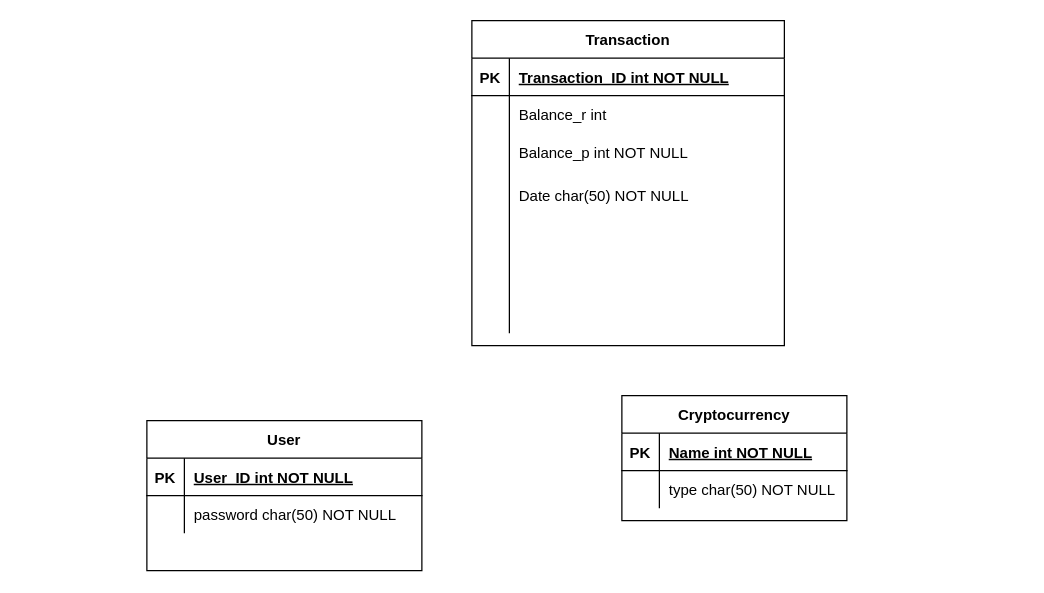
hyoer0423/learnGit keeps this draw.io diagram as Untitled UML.drawio. Above is the earlier version. Source tidied: cells renumbered, new cells numbered last; positions are measured from the earlier drawing's top-left corner, leaving out a move shared by most shapes. Both pictures are drawn from the tidied source at 125%, with x=0, y=0 at pixel (146, 20).
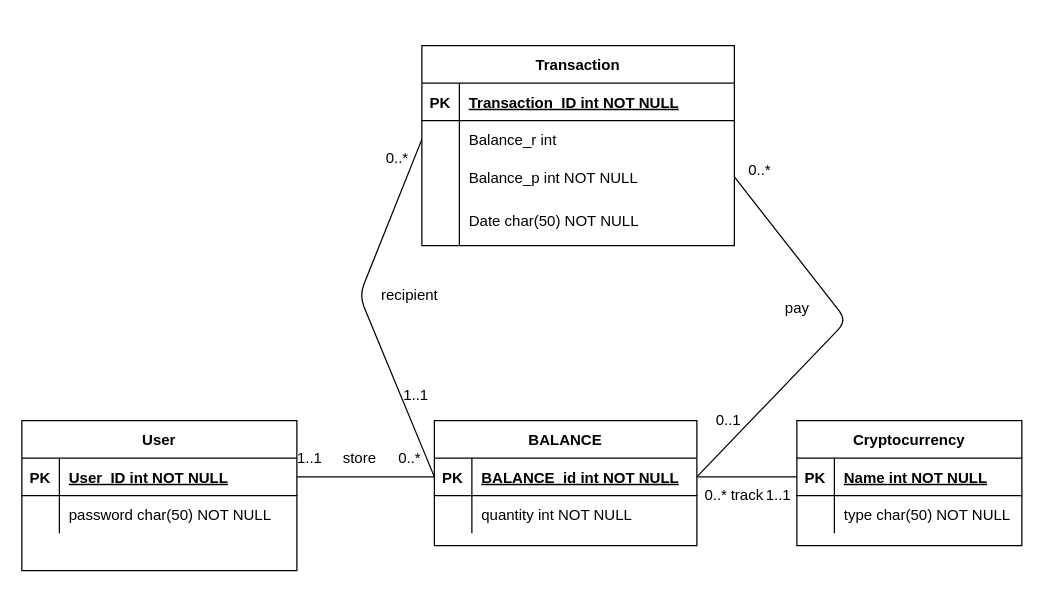
Above is the later version.

Unchanged cells that the change refers to:
```xml
<mxCell id="3" style="shape=partialRectangle;fillColor=none;points=[[0,0.5],[1,0.5]];portConstraint=eastwest;top=0;left=0;right=0;bottom=1;" parent="2" vertex="1">
  <mxGeometry y="30" width="220" height="30" as="geometry" />
</mxCell>
<mxCell id="10" style="shape=partialRectangle;fillColor=none;points=[[0,0.5],[1,0.5]];portConstraint=eastwest;top=0;left=0;right=0;bottom=1;" parent="9" vertex="1">
  <mxGeometry y="30" width="180" height="30" as="geometry" />
</mxCell>
<mxCell id="20" style="shape=partialRectangle;fillColor=none;points=[[0,0.5],[1,0.5]];portConstraint=eastwest;top=0;left=0;right=0;bottom=0;" parent="16" vertex="1">
  <mxGeometry y="60" width="250" height="30" as="geometry" />
</mxCell>
<mxCell id="23" style="shape=partialRectangle;fillColor=none;points=[[0,0.5],[1,0.5]];portConstraint=eastwest;top=0;left=0;right=0;bottom=0;" parent="16" vertex="1">
  <mxGeometry y="90" width="250" height="30" as="geometry" />
</mxCell>
```

What changed in the source:
```diff
@@
     <mxCell id="2" value="User" style="shape=table;startSize=30;childLayout=tableLayout;rowLines=0;fontStyle=1;align=center;" parent="1" vertex="1">
-      <mxGeometry y="320" width="220" height="120" as="geometry" />
+      <mxGeometry x="-100" y="320" width="220" height="120" as="geometry" />
     </mxCell>
@@
     <mxCell id="9" value="Cryptocurrency" style="shape=table;startSize=30;childLayout=tableLayout;rowLines=0;fontStyle=1;align=center;" parent="1" vertex="1">
-      <mxGeometry x="380" y="300" width="180" height="100" as="geometry" />
+      <mxGeometry x="520" y="320" width="180" height="100" as="geometry" />
     </mxCell>
@@
     <mxCell id="16" value="Transaction" style="shape=table;startSize=30;childLayout=tableLayout;rowLines=0;fontStyle=1;align=center;" parent="1" vertex="1">
-      <mxGeometry x="260" width="250" height="260" as="geometry" />
+      <mxGeometry x="220" y="20" width="250" height="160" as="geometry" />
     </mxCell>
@@
-    <mxCell id="29" style="shape=partialRectangle;fillColor=none;top=0;left=0;right=0;bottom=0;" parent="16" vertex="1">
-      <mxGeometry y="160" width="250" height="30" as="geometry" />
-    </mxCell>
-    <mxCell id="30" style="shape=partialRectangle;overflow=hidden;fillColor=none;top=0;left=0;bottom=0;right=0;" parent="29" vertex="1">
-      <mxGeometry width="30" height="30" as="geometry" />
-    </mxCell>
-    <mxCell id="31" style="shape=partialRectangle;overflow=hidden;fillColor=none;top=0;left=0;bottom=0;right=0;align=left;spacingLeft=6;" parent="29" vertex="1">
-      <mxGeometry x="30" width="220" height="30" as="geometry" />
-    </mxCell>
-    <mxCell id="32" style="shape=partialRectangle;fillColor=none;top=0;left=0;right=0;bottom=0;" parent="16" vertex="1">
-      <mxGeometry y="190" width="250" height="30" as="geometry" />
-    </mxCell>
-    <mxCell id="33" style="shape=partialRectangle;overflow=hidden;fillColor=none;top=0;left=0;bottom=0;right=0;" parent="32" vertex="1">
-      <mxGeometry width="30" height="30" as="geometry" />
-    </mxCell>
-    <mxCell id="34" style="shape=partialRectangle;overflow=hidden;fillColor=none;top=0;left=0;bottom=0;right=0;align=left;spacingLeft=6;" parent="32" vertex="1">
-      <mxGeometry x="30" width="220" height="30" as="geometry" />
-    </mxCell>
-    <mxCell id="35" style="shape=partialRectangle;fillColor=none;top=0;left=0;right=0;bottom=0;" parent="16" vertex="1">
-      <mxGeometry y="220" width="250" height="30" as="geometry" />
-    </mxCell>
-    <mxCell id="36" style="shape=partialRectangle;overflow=hidden;fillColor=none;top=0;left=0;bottom=0;right=0;" parent="35" vertex="1">
-      <mxGeometry width="30" height="30" as="geometry" />
-    </mxCell>
-    <mxCell id="37" style="shape=partialRectangle;overflow=hidden;fillColor=none;top=0;left=0;bottom=0;right=0;align=left;spacingLeft=6;" parent="35" vertex="1">
-      <mxGeometry x="30" width="220" height="30" as="geometry" />
-    </mxCell>
+    <mxCell id="38" value="BALANCE" style="shape=table;startSize=30;childLayout=tableLayout;rowLines=0;fontStyle=1;align=center;" parent="1" vertex="1">
+      <mxGeometry x="230" y="320" width="210" height="100" as="geometry" />
+    </mxCell>
+    <mxCell id="39" style="shape=partialRectangle;fillColor=none;points=[[0,0.5],[1,0.5]];portConstraint=eastwest;top=0;left=0;right=0;bottom=1;" parent="38" vertex="1">
+      <mxGeometry y="30" width="210" height="30" as="geometry" />
+    </mxCell>
+    <mxCell id="40" value="PK" style="shape=partialRectangle;overflow=hidden;fillColor=none;top=0;left=0;bottom=0;right=0;fontStyle=1;" parent="39" vertex="1">
+      <mxGeometry width="30" height="30" as="geometry" />
+    </mxCell>
+    <mxCell id="41" value="BALANCE_id int NOT NULL " style="shape=partialRectangle;overflow=hidden;fillColor=none;top=0;left=0;bottom=0;right=0;align=left;spacingLeft=6;fontStyle=5;" parent="39" vertex="1">
+      <mxGeometry x="30" width="180" height="30" as="geometry" />
+    </mxCell>
+    <mxCell id="42" style="shape=partialRectangle;fillColor=none;top=0;left=0;right=0;bottom=0;" parent="38" vertex="1">
+      <mxGeometry y="60" width="210" height="30" as="geometry" />
+    </mxCell>
+    <mxCell id="43" style="shape=partialRectangle;overflow=hidden;fillColor=none;top=0;left=0;bottom=0;right=0;" parent="42" vertex="1">
+      <mxGeometry width="30" height="30" as="geometry" />
+    </mxCell>
+    <mxCell id="44" value="quantity int NOT NULL" style="shape=partialRectangle;overflow=hidden;fillColor=none;top=0;left=0;bottom=0;right=0;align=left;spacingLeft=6;" parent="42" vertex="1">
+      <mxGeometry x="30" width="180" height="30" as="geometry" />
+    </mxCell>
+    <mxCell id="45" style="endArrow=none;html=1;exitX=1;exitY=0.5;exitDx=0;exitDy=0;entryX=0;entryY=0.5;entryDx=0;entryDy=0;" parent="1" edge="1" source="3" target="39">
+      <mxGeometry relative="1" as="geometry" />
+    </mxCell>
+    <mxCell id="46" style="endArrow=none;html=1;exitX=1;exitY=0.5;exitDx=0;exitDy=0;entryX=0;entryY=0.5;entryDx=0;entryDy=0;" parent="1" edge="1" source="39" target="10">
+      <mxGeometry relative="1" as="geometry" />
+    </mxCell>
+    <mxCell id="47" value="1..1" style="text;html=1;align=center;verticalAlign=middle;strokeColor=none;fillColor=none;" parent="1" vertex="1">
+      <mxGeometry x="110" y="340" width="40" height="20" as="geometry" />
+    </mxCell>
+    <mxCell id="48" value="1..1" style="text;html=1;align=center;verticalAlign=middle;strokeColor=none;fillColor=none;" parent="1" vertex="1">
+      <mxGeometry x="485" y="370" width="40" height="20" as="geometry" />
+    </mxCell>
+    <mxCell id="49" value="track" style="text;html=1;align=center;verticalAlign=middle;strokeColor=none;fillColor=none;" parent="1" vertex="1">
+      <mxGeometry x="460" y="370" width="40" height="20" as="geometry" />
+    </mxCell>
+    <mxCell id="50" value="store" style="text;html=1;align=center;verticalAlign=middle;strokeColor=none;fillColor=none;" parent="1" vertex="1">
+      <mxGeometry x="150" y="340" width="40" height="20" as="geometry" />
+    </mxCell>
+    <mxCell id="51" style="endArrow=none;html=1;exitX=0;exitY=0.5;exitDx=0;exitDy=0;entryX=0;entryY=0.5;entryDx=0;entryDy=0;" parent="1" edge="1" source="39" target="20">
+      <mxGeometry relative="1" as="geometry">
+        <Array as="points">
+          <mxPoint x="170" y="220" />
+        </Array>
+      </mxGeometry>
+    </mxCell>
+    <mxCell id="52" style="endArrow=none;html=1;exitX=1;exitY=0.5;exitDx=0;exitDy=0;entryX=1;entryY=0.5;entryDx=0;entryDy=0;" parent="1" edge="1" source="39" target="23">
+      <mxGeometry relative="1" as="geometry">
+        <Array as="points">
+          <mxPoint x="560" y="240" />
+        </Array>
+      </mxGeometry>
+    </mxCell>
+    <mxCell id="53" value="0..1" style="text;html=1;align=center;verticalAlign=middle;strokeColor=none;fillColor=none;" parent="1" vertex="1">
+      <mxGeometry x="445" y="310" width="40" height="20" as="geometry" />
+    </mxCell>
+    <mxCell id="54" value="1..1" style="text;html=1;align=center;verticalAlign=middle;strokeColor=none;fillColor=none;" parent="1" vertex="1">
+      <mxGeometry x="195" y="290" width="40" height="20" as="geometry" />
+    </mxCell>
+    <mxCell id="55" value="0..*" style="text;html=1;align=center;verticalAlign=middle;strokeColor=none;fillColor=none;" parent="1" vertex="1">
+      <mxGeometry x="195" y="340" width="30" height="20" as="geometry" />
+    </mxCell>
+    <mxCell id="56" value="0..*" style="text;html=1;align=center;verticalAlign=middle;strokeColor=none;fillColor=none;" parent="1" vertex="1">
+      <mxGeometry x="440" y="370" width="30" height="20" as="geometry" />
+    </mxCell>
+    <mxCell id="57" value="0..*" style="text;html=1;align=center;verticalAlign=middle;strokeColor=none;fillColor=none;" parent="1" vertex="1">
+      <mxGeometry x="185" y="100" width="30" height="20" as="geometry" />
+    </mxCell>
+    <mxCell id="58" value="0..*" style="text;html=1;align=center;verticalAlign=middle;strokeColor=none;fillColor=none;" parent="1" vertex="1">
+      <mxGeometry x="475" y="110" width="30" height="20" as="geometry" />
+    </mxCell>
+    <mxCell id="59" value="pay" style="text;html=1;align=center;verticalAlign=middle;strokeColor=none;fillColor=none;" parent="1" vertex="1">
+      <mxGeometry x="505" y="220" width="30" height="20" as="geometry" />
+    </mxCell>
+    <mxCell id="60" value="recipient" style="text;html=1;align=center;verticalAlign=middle;strokeColor=none;fillColor=none;" parent="1" vertex="1">
+      <mxGeometry x="180" y="210" width="60" height="20" as="geometry" />
+    </mxCell>
```
